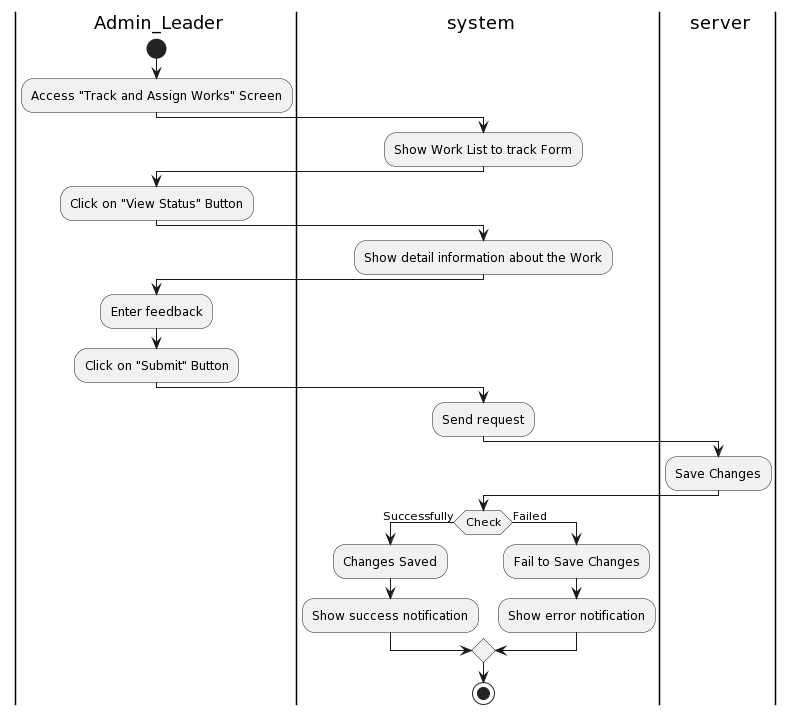
This is Lab1/Lab1.2/Activity Diagram/TrackingandProcessingofwork/TrackandAssignWorks/ViewStatus/ViewStatus.png from khoapham1003/SE357-Pratice-class, a PlantUML export, as it was before one commit. Its diagram source:
```plantuml
@startuml
|a| Admin_Leader
|sys| system
|ser| server
|a|
start
:Access "Track and Assign Works" Screen;
|sys|
:Show Work List to track Form;
|a|
:Click on "View Status" Button;
|sys|
:Show detail information about the Work;
|a|
:Enter feedback;
:Click on "Submit" Button;
|sys|
:Send request;
|ser|
:Save Changes;
|sys|
if(Check) then (Successfully)
:Changes Saved;
:Show success notification;
else (Failed)
:Fail to Save Changes;
:Show error notification;
endif
stop
@enduml
```
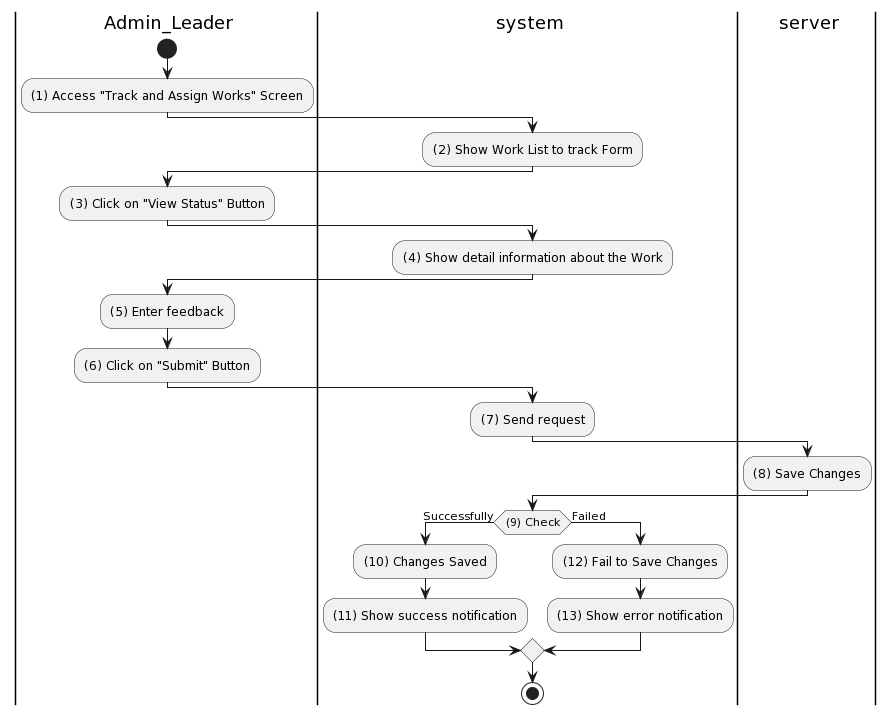
Above is the later version.

What changed in the source:
```diff
@@ -4,27 +4,27 @@
 |ser| server
 |a|
 start
-:Access "Track and Assign Works" Screen;
+:(1) Access "Track and Assign Works" Screen;
 |sys|
-:Show Work List to track Form;
+:(2) Show Work List to track Form;
 |a|
-:Click on "View Status" Button;
+:(3) Click on "View Status" Button;
 |sys|
-:Show detail information about the Work;
+:(4) Show detail information about the Work;
 |a|
-:Enter feedback;
-:Click on "Submit" Button;
+:(5) Enter feedback;
+:(6) Click on "Submit" Button;
 |sys|
-:Send request;
+:(7) Send request;
 |ser|
-:Save Changes;
+:(8) Save Changes;
 |sys|
-if(Check) then (Successfully)
-:Changes Saved;
-:Show success notification;
+if((9) Check) then (Successfully)
+:(10) Changes Saved;
+:(11) Show success notification;
 else (Failed)
-:Fail to Save Changes;
-:Show error notification;
+:(12) Fail to Save Changes;
+:(13) Show error notification;
 endif
 stop
 @enduml
```
